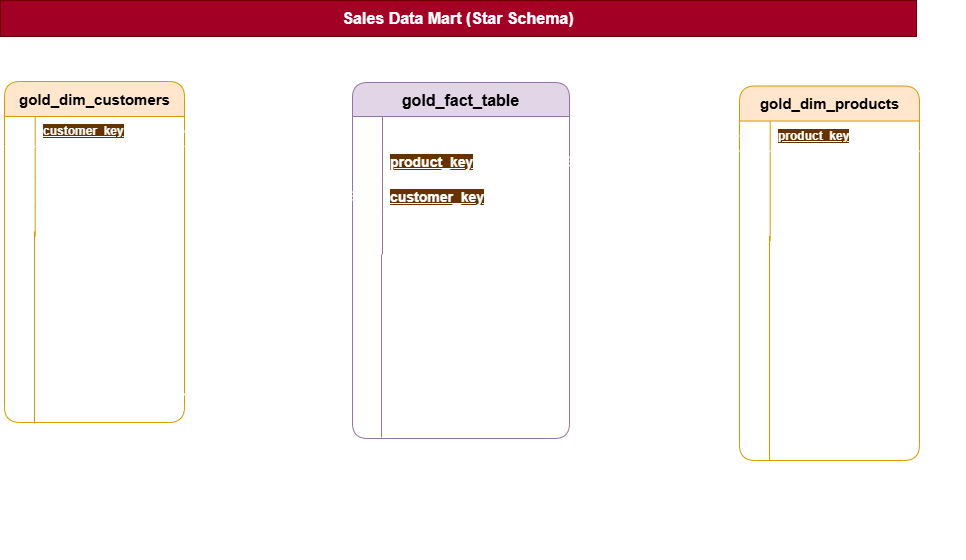
AhmedMMahrous/Sales-Data-Warehouse-Project keeps this draw.io diagram as Docs/5-Sales_Data_Mart.png. Above is the earlier version. Source tidied: cells renumbered, new cells last; positions are measured from the earlier drawing's top-left corner, leaving out a move shared by most shapes.
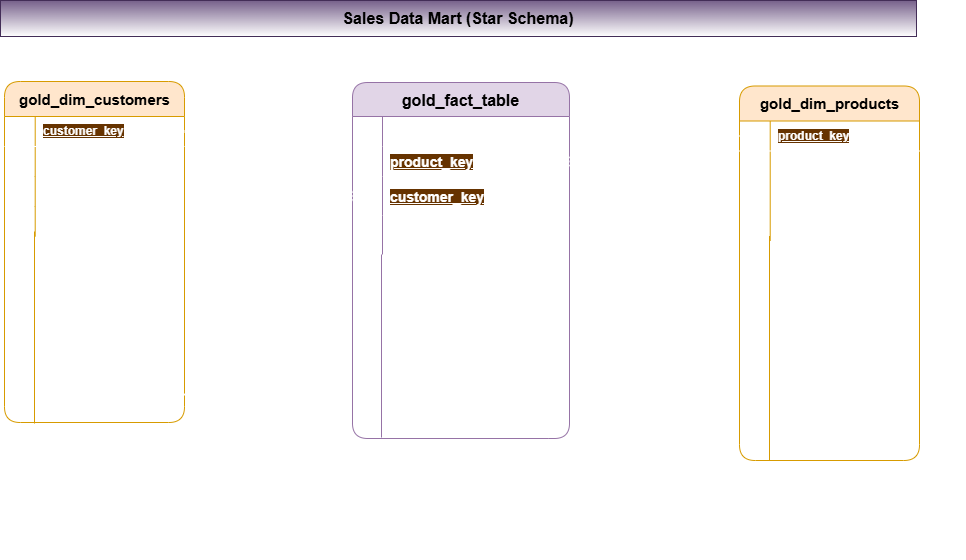
The same file after the commit.

Diff of the diagram source:
```diff
@@ -212,7 +212,7 @@
         </Array>
       </mxGeometry>
     </mxCell>
-    <mxCell id="65" value="&lt;font style=&quot;font-size: 16px;&quot;&gt;&lt;b&gt;Sales Data Mart (Star Schema)&lt;/b&gt;&lt;/font&gt;" style="rounded=0;whiteSpace=wrap;html=1;fillColor=#a20025;strokeColor=#6F0000;fontColor=#ffffff;" parent="1" vertex="1">
+    <mxCell id="65" value="&lt;font style=&quot;font-size: 16px; color: rgb(0, 0, 0);&quot;&gt;&lt;b&gt;Sales Data Mart (Star Schema)&lt;/b&gt;&lt;/font&gt;" style="rounded=0;whiteSpace=wrap;html=1;fillColor=#76608a;strokeColor=#432D57;fontColor=#ffffff;gradientColor=default;" parent="1" vertex="1">
       <mxGeometry x="18" width="916" height="36" as="geometry" />
     </mxCell>
     <mxCell id="66" style="endArrow=none;dashed=1;html=1;rounded=0;" parent="1" edge="1">
```
